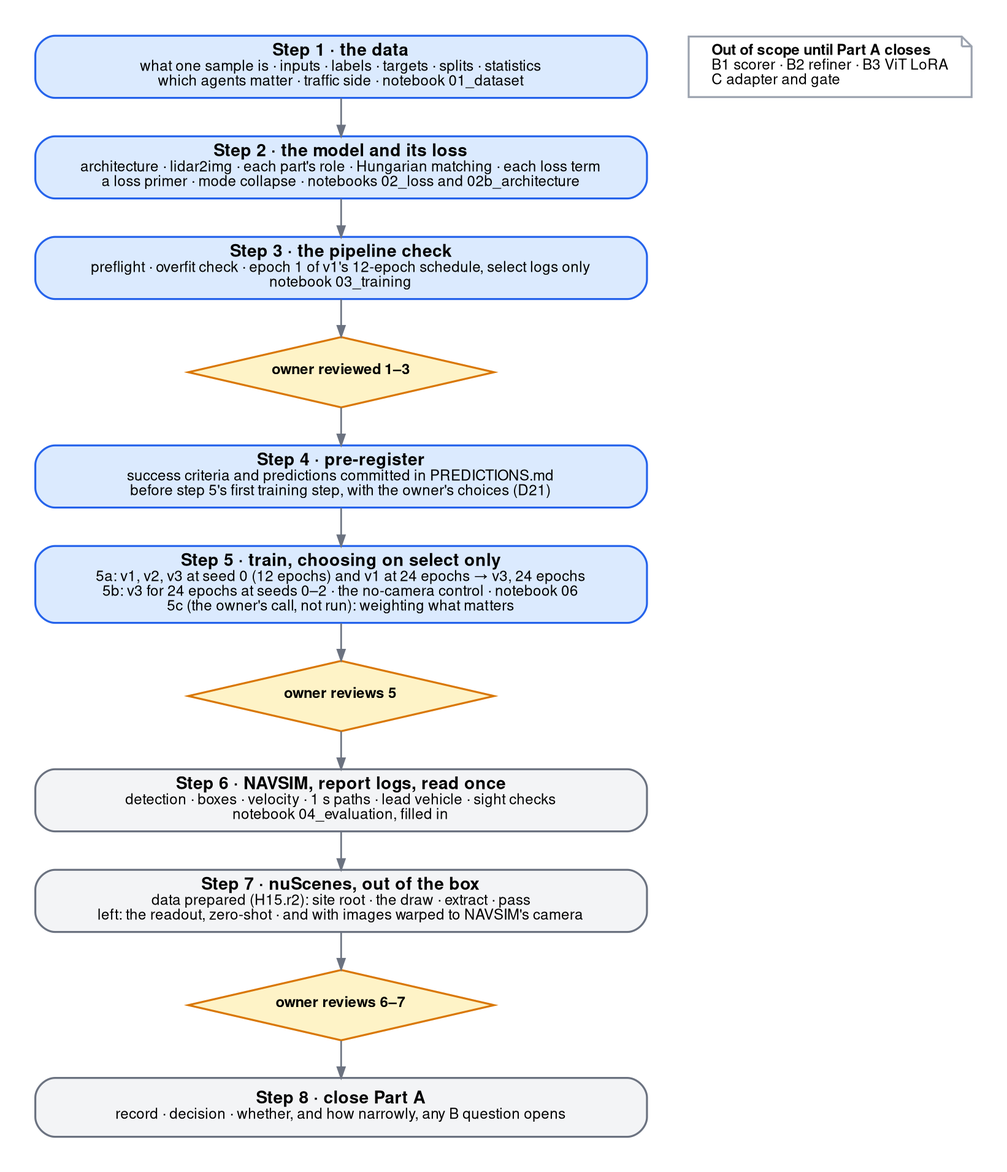
Earlier version of the Graphviz export experiments/H15_perception_sidecar/figures/part-a-steps.png (FastCodeAI/Gallops). Its source is kept beside it as experiments/H15_perception_sidecar/figures/part-a-steps.dot.
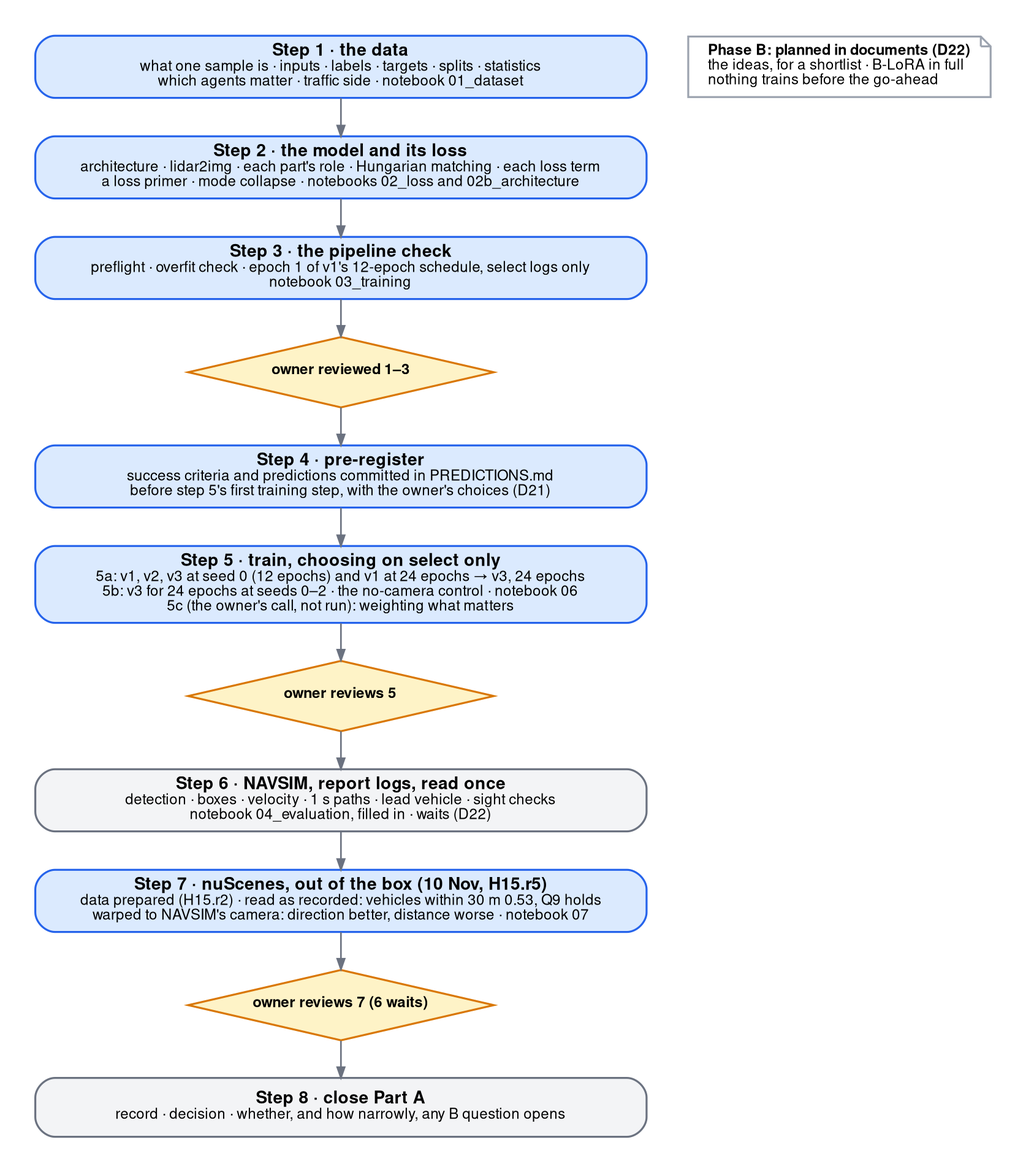
The same diagram one commit later.

Change to the diagram source:
```diff
@@ -18,16 +18,17 @@
       color="#2563eb", fillcolor="#dbeafe"];
   R2 [shape=diamond, style="filled", width=2.6, height=0.6, fixedsize=true, color="#d97706", fillcolor="#fef3c7",
       label=<<FONT POINT-SIZE="9.5"><B>owner reviews 5</B></FONT>>];
-  S6 [label=<<B>Step 6 · NAVSIM, report logs, read once</B><BR/><FONT POINT-SIZE="9">detection · boxes · velocity · 1 s paths · lead vehicle · sight checks<BR/>notebook 04_evaluation, filled in</FONT>>];
-  S7 [label=<<B>Step 7 · nuScenes, out of the box</B><BR/><FONT POINT-SIZE="9">data prepared (H15.r2): site root · the draw · extract · pass<BR/>left: the readout, zero-shot · and with images warped to NAVSIM's camera</FONT>>];
+  S6 [label=<<B>Step 6 · NAVSIM, report logs, read once</B><BR/><FONT POINT-SIZE="9">detection · boxes · velocity · 1 s paths · lead vehicle · sight checks<BR/>notebook 04_evaluation, filled in · waits (D22)</FONT>>];
+  S7 [label=<<B>Step 7 · nuScenes, out of the box (10 Nov, H15.r5)</B><BR/><FONT POINT-SIZE="9">data prepared (H15.r2) · read as recorded: vehicles within 30 m 0.53, Q9 holds<BR/>warped to NAVSIM's camera: direction better, distance worse · notebook 07</FONT>>,
+      color="#2563eb", fillcolor="#dbeafe"];
   R3 [shape=diamond, style="filled", width=2.6, height=0.6, fixedsize=true, color="#d97706", fillcolor="#fef3c7",
-      label=<<FONT POINT-SIZE="9.5"><B>owner reviews 6–7</B></FONT>>];
+      label=<<FONT POINT-SIZE="9.5"><B>owner reviews 7 (6 waits)</B></FONT>>];
   S8 [label=<<B>Step 8 · close Part A</B><BR/><FONT POINT-SIZE="9">record · decision · whether, and how narrowly, any B question opens</FONT>>];
 
   S1 -> S2 -> S3 -> R1 -> S4 -> S5 -> R2 -> S6 -> S7 -> R3 -> S8;
 
   NOTE [shape=note, style="filled", fillcolor="white", color="#9ca3af", fontsize=9, width=2.4,
-        label=<<B>Out of scope until Part A closes</B><BR ALIGN="LEFT"/>B1 scorer · B2 refiner · B3 ViT LoRA<BR ALIGN="LEFT"/>C adapter and gate<BR ALIGN="LEFT"/>>];
+        label=<<B>Phase B: planned in documents (D22)</B><BR ALIGN="LEFT"/>the ideas, for a shortlist · B-LoRA in full<BR ALIGN="LEFT"/>nothing trains before the go-ahead<BR ALIGN="LEFT"/>>];
   edge [style=invis]; S1 -> NOTE;
   {rank=same; S1; NOTE;}
 }
```
